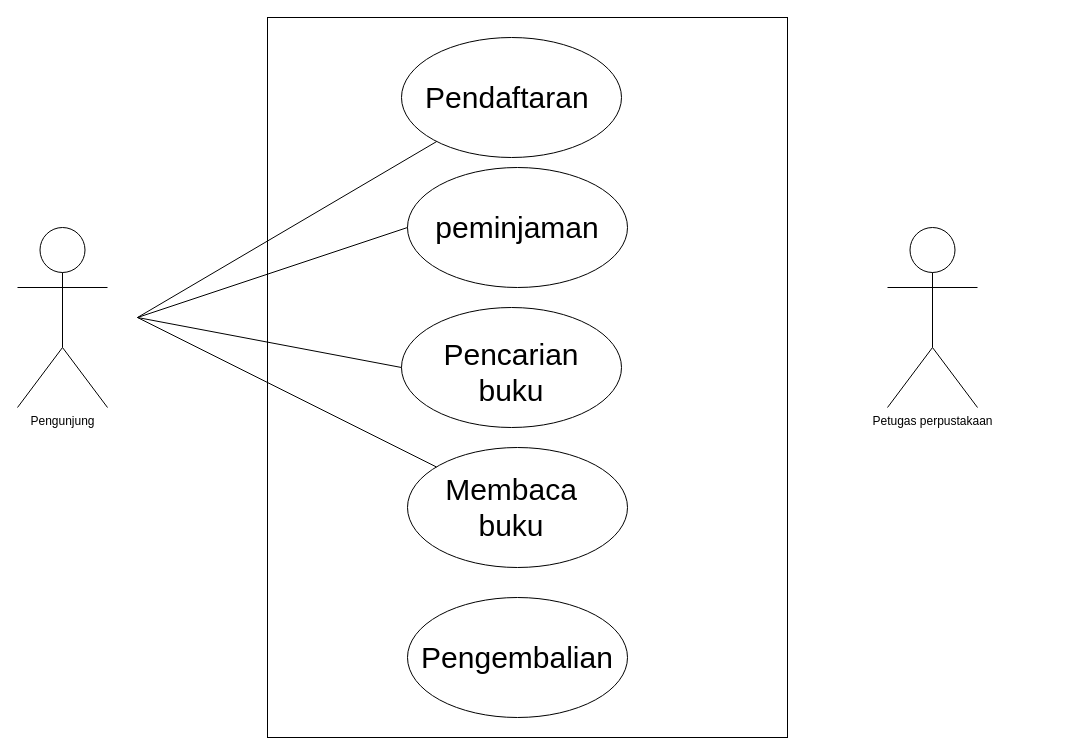
Irgicahya/Perpustakaan-digital- keeps this draw.io diagram as perpusdigital.drawio. Above is the earlier version. Source tidied: cells renumbered, new cells numbered last; positions are measured from the earlier drawing's top-left corner, leaving out a move shared by most shapes. Both pictures are drawn from the tidied source at 100%, with x=0, y=0 at pixel (17, 17).
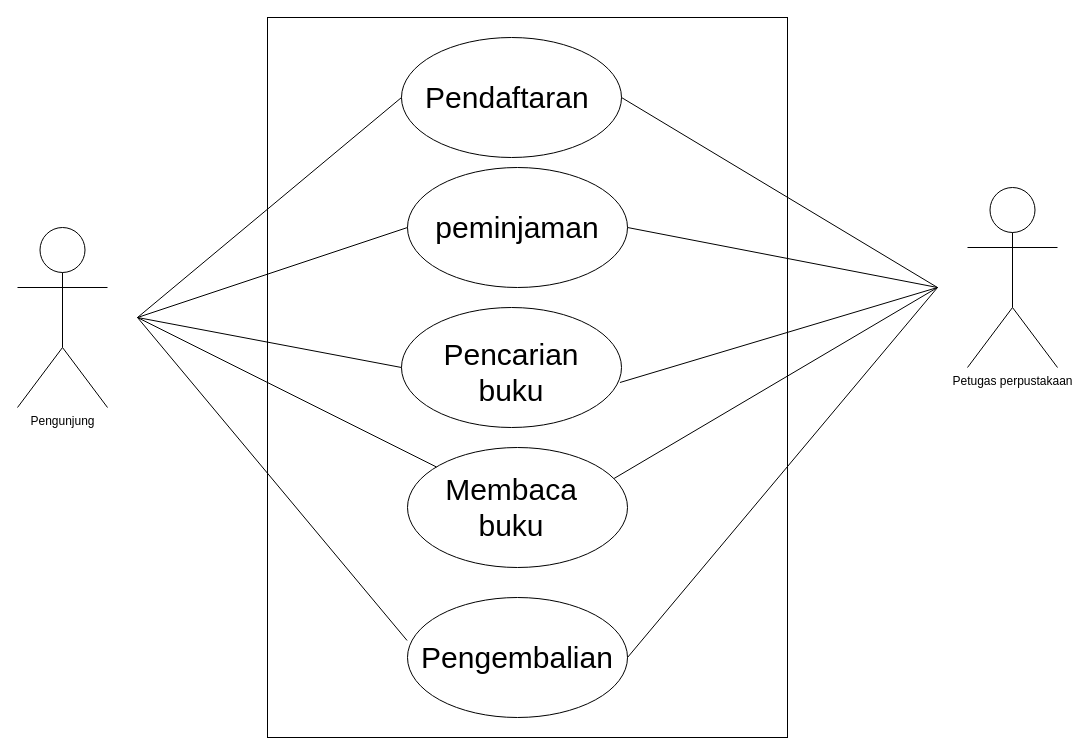
The same diagram, later.

The change refers to these unchanged cells:
```xml
<mxCell id="3" style="ellipse;whiteSpace=wrap;html=1;" parent="1" vertex="1">
  <mxGeometry x="384" y="20" width="220" height="120" as="geometry" />
</mxCell>
<mxCell id="4" style="ellipse;whiteSpace=wrap;html=1;" parent="1" vertex="1">
  <mxGeometry x="390" y="150" width="220" height="120" as="geometry" />
</mxCell>
<mxCell id="5" style="ellipse;whiteSpace=wrap;html=1;" parent="1" vertex="1">
  <mxGeometry x="384" y="290" width="220" height="120" as="geometry" />
</mxCell>
<mxCell id="6" style="ellipse;whiteSpace=wrap;html=1;" parent="1" vertex="1">
  <mxGeometry x="390" y="430" width="220" height="120" as="geometry" />
</mxCell>
<mxCell id="13" style="ellipse;whiteSpace=wrap;html=1;" parent="1" vertex="1">
  <mxGeometry x="390" y="580" width="220" height="120" as="geometry" />
</mxCell>
```

Diff of the diagram source:
```diff
@@
     <mxCell id="8" value="Petugas perpustakaan" style="shape=umlActor;verticalLabelPosition=bottom;verticalAlign=top;html=1;" parent="1" vertex="1">
-      <mxGeometry x="870" y="210" width="90" height="180" as="geometry" />
+      <mxGeometry x="950" y="170" width="90" height="180" as="geometry" />
     </mxCell>
@@
-    <mxCell id="15" style="endArrow=none;html=1;rounded=0;" parent="1" edge="1" target="3">
+    <mxCell id="15" style="endArrow=none;html=1;rounded=0;entryX=0;entryY=0.5;entryDx=0;entryDy=0;" parent="1" edge="1" target="3">
       <mxGeometry relative="1" as="geometry">
         <mxPoint x="120" y="300" as="sourcePoint" />
       </mxGeometry>
     </mxCell>
@@
+    <mxCell id="19" style="endArrow=none;html=1;rounded=0;entryX=-0.002;entryY=0.358;entryDx=0;entryDy=0;entryPerimeter=0;" parent="1" edge="1" target="13">
+      <mxGeometry relative="1" as="geometry">
+        <mxPoint x="120" y="300" as="sourcePoint" />
+      </mxGeometry>
+    </mxCell>
+    <mxCell id="20" style="endArrow=none;html=1;rounded=0;exitX=1;exitY=0.5;exitDx=0;exitDy=0;" parent="1" edge="1" source="3">
+      <mxGeometry relative="1" as="geometry">
+        <mxPoint x="920" y="270" as="targetPoint" />
+      </mxGeometry>
+    </mxCell>
+    <mxCell id="21" style="endArrow=none;html=1;rounded=0;exitX=1;exitY=0.5;exitDx=0;exitDy=0;" parent="1" edge="1" source="4">
+      <mxGeometry relative="1" as="geometry">
+        <mxPoint x="920" y="270" as="targetPoint" />
+      </mxGeometry>
+    </mxCell>
+    <mxCell id="22" style="endArrow=none;html=1;rounded=0;exitX=0.993;exitY=0.625;exitDx=0;exitDy=0;exitPerimeter=0;" parent="1" edge="1" source="5">
+      <mxGeometry relative="1" as="geometry">
+        <mxPoint x="920" y="270" as="targetPoint" />
+      </mxGeometry>
+    </mxCell>
+    <mxCell id="23" style="endArrow=none;html=1;rounded=0;exitX=0.939;exitY=0.258;exitDx=0;exitDy=0;exitPerimeter=0;" parent="1" edge="1" source="6">
+      <mxGeometry relative="1" as="geometry">
+        <mxPoint x="920" y="270" as="targetPoint" />
+      </mxGeometry>
+    </mxCell>
+    <mxCell id="24" style="endArrow=none;html=1;rounded=0;exitX=1;exitY=0.5;exitDx=0;exitDy=0;" parent="1" edge="1" source="13">
+      <mxGeometry relative="1" as="geometry">
+        <mxPoint x="920" y="270" as="targetPoint" />
+      </mxGeometry>
+    </mxCell>
```
